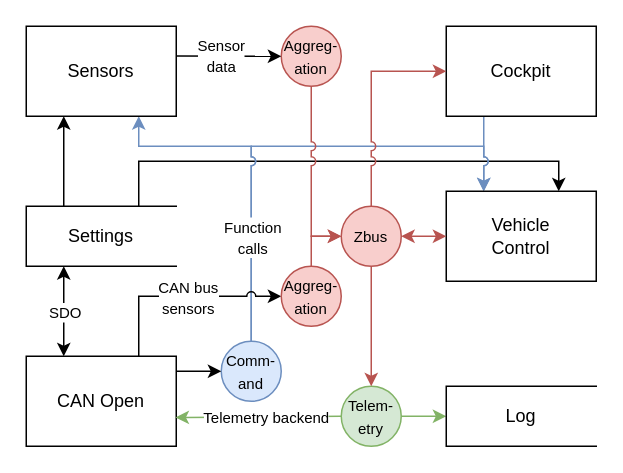
Above: doc/_static/images/data_flow_diagram.drawio in NTURacingTeam/nturt_zephyr_common (draw.io), before the change. Source tidied: cells renumbered, new cells numbered last; positions are measured from the earlier drawing's top-left corner, leaving out a move shared by most shapes. Both pictures are drawn from the tidied source at 150%, with x=0, y=0 at pixel (26, 26).
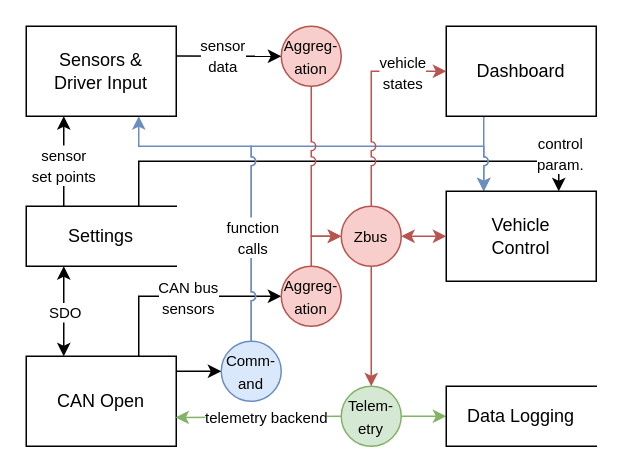
Above is the later version.

The change refers to these unchanged cells:
```xml
<mxCell id="2" style="edgeStyle=orthogonalEdgeStyle;html=1;exitX=0.75;exitY=0;exitDx=0;exitDy=0;entryX=0.75;entryY=0;entryDx=0;entryDy=0;rounded=0;" parent="1" edge="1" source="18" target="29">
  <mxGeometry relative="1" as="geometry">
    <Array as="points">
      <mxPoint x="75" y="90" />
      <mxPoint x="355" y="90" />
    </Array>
  </mxGeometry>
</mxCell>
<mxCell id="4" style="edgeStyle=orthogonalEdgeStyle;html=1;exitX=0.5;exitY=0;exitDx=0;exitDy=0;entryX=0.25;entryY=0;entryDx=0;entryDy=0;rounded=0;fillColor=#dae8fc;strokeColor=#6c8ebf;jumpStyle=arc;" parent="1" edge="1" source="16" target="29">
  <mxGeometry relative="1" as="geometry">
    <Array as="points">
      <mxPoint x="150" y="80" />
      <mxPoint x="305" y="80" />
    </Array>
  </mxGeometry>
</mxCell>
<mxCell id="13" value="CAN Open" style="html=1;dashed=0;whiteSpace=wrap;" parent="1" vertex="1">
  <mxGeometry y="220" width="100" height="60" as="geometry" />
</mxCell>
<mxCell id="17" style="edgeStyle=orthogonalEdgeStyle;html=1;exitX=0.25;exitY=0;exitDx=0;exitDy=0;entryX=0.25;entryY=1;entryDx=0;entryDy=0;rounded=0;" parent="1" edge="1" source="18" target="6">
  <mxGeometry relative="1" as="geometry" />
</mxCell>
<mxCell id="22" value="&lt;font style=&quot;font-size: 10px;&quot;&gt;Aggreg-ation&lt;/font&gt;" style="shape=ellipse;html=1;dashed=0;whiteSpace=wrap;perimeter=ellipsePerimeter;fillColor=#f8cecc;strokeColor=#b85450;labelBorderColor=none;" parent="1" vertex="1">
  <mxGeometry x="170" y="160" width="40" height="40" as="geometry" />
</mxCell>
<mxCell id="24" style="edgeStyle=none;html=1;entryX=0.995;entryY=0.681;entryDx=0;entryDy=0;entryPerimeter=0;fillColor=#d5e8d4;strokeColor=#82b366;" parent="1" edge="1" source="8" target="13">
  <mxGeometry relative="1" as="geometry" />
</mxCell>
<mxCell id="27" style="edgeStyle=none;html=1;exitX=1;exitY=0.331;exitDx=0;exitDy=0;entryX=0;entryY=0.5;entryDx=0;entryDy=0;exitPerimeter=0;" parent="1" edge="1" source="6" target="10">
  <mxGeometry relative="1" as="geometry" />
</mxCell>
<mxCell id="32" style="edgeStyle=orthogonalEdgeStyle;html=1;exitX=0.5;exitY=0;exitDx=0;exitDy=0;entryX=0;entryY=0.5;entryDx=0;entryDy=0;rounded=0;jumpStyle=arc;fillColor=#f8cecc;strokeColor=#b85450;" parent="1" edge="1" source="33" target="15">
  <mxGeometry relative="1" as="geometry" />
</mxCell>
```

Diff of the diagram source:
```diff
@@
+    <mxCell id="19" style="edgeStyle=orthogonalEdgeStyle;html=1;rounded=0;curved=0;exitX=0.75;exitY=0;exitDx=0;exitDy=0;entryX=0;entryY=0.5;entryDx=0;entryDy=0;jumpStyle=arc;" parent="1" edge="1" source="13" target="22">
+      <mxGeometry relative="1" as="geometry" />
+    </mxCell>
+    <mxCell id="20" value="&lt;font style=&quot;font-size: 10px;&quot;&gt;CAN bus&lt;/font&gt;&lt;div&gt;&lt;font style=&quot;font-size: 10px;&quot;&gt;sensors&lt;/font&gt;&lt;/div&gt;" style="edgeLabel;html=1;align=center;verticalAlign=middle;" parent="19" vertex="1">
+      <mxGeometry x="0.07" relative="1" as="geometry" />
+    </mxCell>
@@
+    <mxCell id="34" value="&lt;div&gt;&lt;font style=&quot;font-size: 10px;&quot;&gt;control&lt;/font&gt;&lt;/div&gt;&lt;font style=&quot;font-size: 10px;&quot;&gt;param.&lt;/font&gt;" style="edgeLabel;html=1;align=center;verticalAlign=middle;" parent="2" vertex="1">
+      <mxGeometry x="0.75" relative="1" as="geometry">
+        <mxPoint x="21" y="-6" as="offset" />
+      </mxGeometry>
+    </mxCell>
@@
-    <mxCell id="5" value="&lt;font style=&quot;font-size: 10px;&quot;&gt;Function&lt;/font&gt;&lt;div&gt;&lt;font style=&quot;font-size: 10px;&quot;&gt;calls&lt;/font&gt;&lt;/div&gt;" style="edgeLabel;html=1;align=center;verticalAlign=middle;" parent="4" vertex="1">
+    <mxCell id="5" value="&lt;font style=&quot;font-size: 10px;&quot;&gt;function&lt;/font&gt;&lt;div&gt;&lt;font style=&quot;font-size: 10px;&quot;&gt;calls&lt;/font&gt;&lt;/div&gt;" style="edgeLabel;html=1;align=center;verticalAlign=middle;" parent="4" vertex="1">
       <mxGeometry x="-0.34" y="1" relative="1" as="geometry">
         <mxPoint x="1" y="34" as="offset" />
       </mxGeometry>
     </mxCell>
-    <mxCell id="6" value="Sensors" style="html=1;dashed=0;whiteSpace=wrap;" parent="1" vertex="1">
+    <mxCell id="6" value="Sensors &amp;amp;&lt;div&gt;Driver Input&lt;/div&gt;" style="html=1;dashed=0;whiteSpace=wrap;" parent="1" vertex="1">
       <mxGeometry width="100" height="60" as="geometry" />
     </mxCell>
@@
-    <mxCell id="15" value="Cockpit" style="html=1;dashed=0;whiteSpace=wrap;" parent="1" vertex="1">
+    <mxCell id="15" value="Dashboard" style="html=1;dashed=0;whiteSpace=wrap;" parent="1" vertex="1">
       <mxGeometry x="280" width="100" height="60" as="geometry" />
     </mxCell>
@@
+    <mxCell id="35" value="&lt;font style=&quot;font-size: 10px;&quot;&gt;sensor&lt;/font&gt;&lt;div&gt;&lt;font style=&quot;font-size: 10px;&quot;&gt;set points&lt;/font&gt;&lt;/div&gt;" style="edgeLabel;html=1;align=center;verticalAlign=middle;" parent="17" vertex="1">
+      <mxGeometry x="-0.06" relative="1" as="geometry" />
+    </mxCell>
@@
-    <mxCell id="19" style="edgeStyle=orthogonalEdgeStyle;html=1;rounded=0;curved=0;exitX=0.75;exitY=0;exitDx=0;exitDy=0;entryX=0;entryY=0.5;entryDx=0;entryDy=0;jumpStyle=arc;" parent="1" edge="1" source="13" target="22">
-      <mxGeometry relative="1" as="geometry" />
-    </mxCell>
-    <mxCell id="20" value="&lt;font style=&quot;font-size: 10px;&quot;&gt;CAN bus&lt;/font&gt;&lt;div&gt;&lt;font style=&quot;font-size: 10px;&quot;&gt;sensors&lt;/font&gt;&lt;/div&gt;" style="edgeLabel;html=1;align=center;verticalAlign=middle;" parent="19" vertex="1">
-      <mxGeometry x="0.07" relative="1" as="geometry" />
-    </mxCell>
@@
-    <mxCell id="23" value="Log" style="html=1;dashed=0;whiteSpace=wrap;shape=partialRectangle;right=0;" parent="1" vertex="1">
+    <mxCell id="23" value="Data Logging" style="html=1;dashed=0;whiteSpace=wrap;shape=partialRectangle;right=0;" parent="1" vertex="1">
       <mxGeometry x="280" y="240" width="100" height="40" as="geometry" />
     </mxCell>
@@
-    <mxCell id="25" value="&lt;font style=&quot;font-size: 10px;&quot;&gt;Telemetry backend&lt;/font&gt;" style="edgeLabel;html=1;align=center;verticalAlign=middle;" parent="24" vertex="1">
+    <mxCell id="25" value="&lt;font style=&quot;font-size: 10px;&quot;&gt;telemetry backend&lt;/font&gt;" style="edgeLabel;html=1;align=center;verticalAlign=middle;" parent="24" vertex="1">
       <mxGeometry x="-0.08" relative="1" as="geometry" />
     </mxCell>
@@
-    <mxCell id="28" value="&lt;font style=&quot;font-size: 10px;&quot;&gt;Sensor&lt;/font&gt;&lt;div&gt;&lt;font style=&quot;font-size: 10px;&quot;&gt;data&lt;/font&gt;&lt;/div&gt;" style="edgeLabel;html=1;align=center;verticalAlign=middle;" parent="27" vertex="1">
+    <mxCell id="28" value="&lt;font style=&quot;font-size: 10px;&quot;&gt;sensor&lt;/font&gt;&lt;div&gt;&lt;font style=&quot;font-size: 10px;&quot;&gt;data&lt;/font&gt;&lt;/div&gt;" style="edgeLabel;html=1;align=center;verticalAlign=middle;" parent="27" vertex="1">
       <mxGeometry x="-0.21" y="-1" relative="1" as="geometry">
-        <mxPoint x="2" y="-1" as="offset" />
+        <mxPoint x="3" y="-1" as="offset" />
       </mxGeometry>
     </mxCell>
@@
+    <mxCell id="36" value="&lt;font style=&quot;font-size: 10px;&quot;&gt;vehicle&lt;/font&gt;&lt;div&gt;&lt;font style=&quot;font-size: 10px;&quot;&gt;states&lt;/font&gt;&lt;/div&gt;" style="edgeLabel;html=1;align=center;verticalAlign=middle;" parent="32" vertex="1">
+      <mxGeometry x="0.82" y="-1" relative="1" as="geometry">
+        <mxPoint x="-17" y="-1" as="offset" />
+      </mxGeometry>
+    </mxCell>
```
